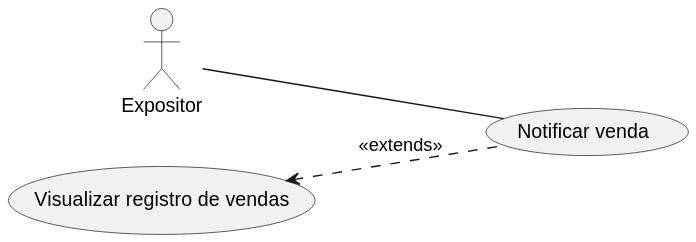
The PlantUML diagram specs/casos_de_uso/svg/uml_uc9.svg in Phenrique-sousa/APS-documents, before a commit.
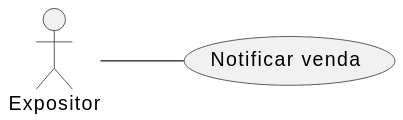
Later version of the same file.

The edit, as a diff of the source:
```diff
@@ -4,9 +4,6 @@
 actor "Expositor" as Usuario
 
 usecase "Notificar venda" as UC1
-usecase "Visualizar registro de vendas" as UC2
 
 Usuario -- UC1
-
-UC2 <.. UC1 : <<extends>>
 @enduml
```
